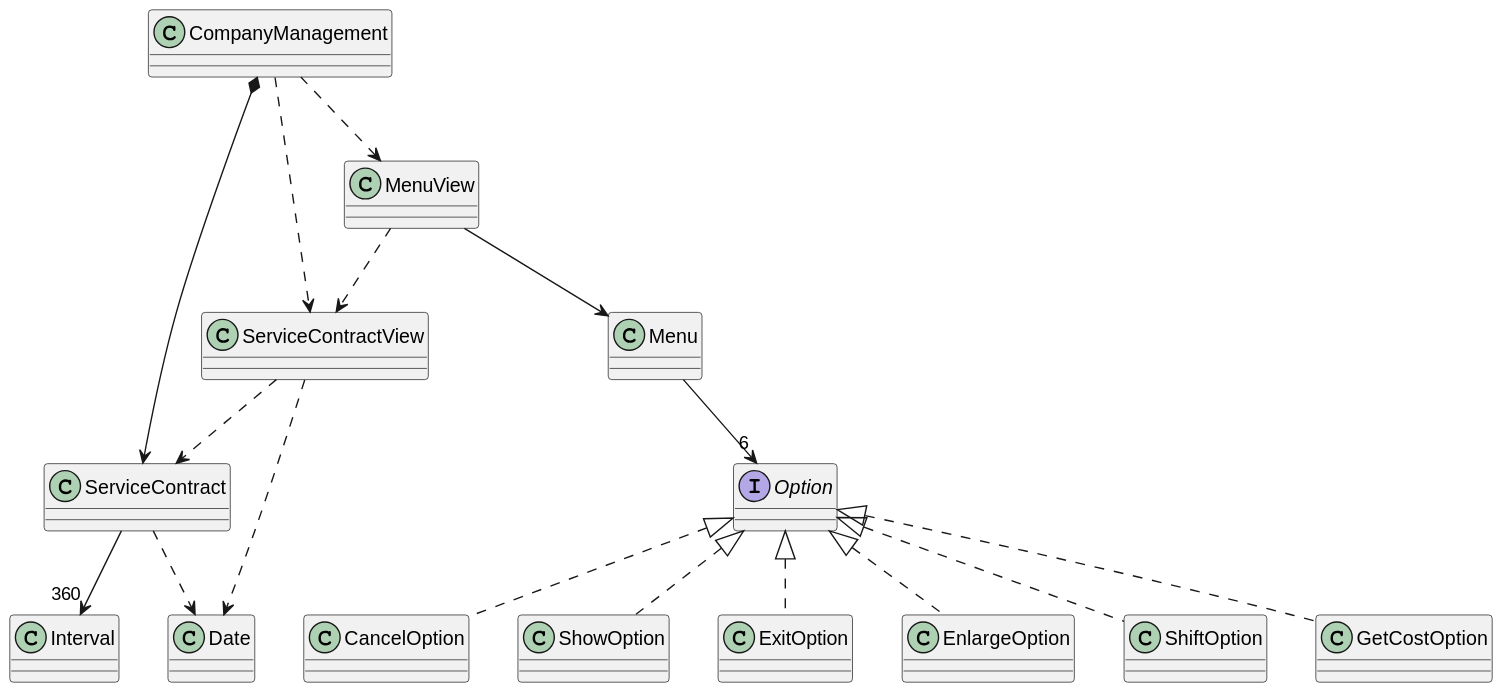
Earlier version of the PlantUML export tech-java-basadoObjetos/src/es/usantatecla/companyManagement/UML/ModeloClases.svg (USantaTecla-ed-mpds/lab-turing).
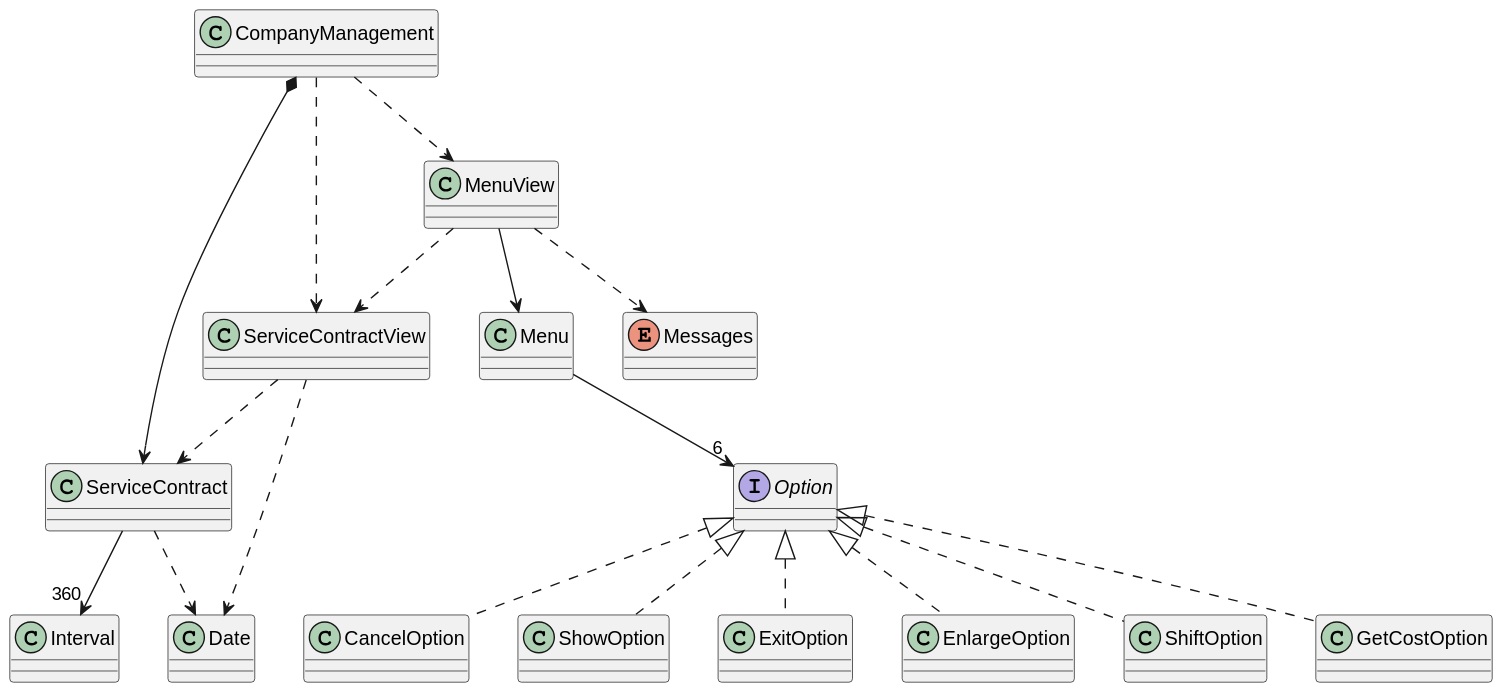
After the commit.

Commit message:
add enums Messages and Languaje in progress

What changed in the source:
```diff
@@ -13,6 +13,7 @@
 
 class Date
 class Interval
+enum Messages
 
 interface Option
 
@@ -28,6 +29,7 @@
 
 MenuView --> Menu
 MenuView ..> ServiceContractView
+MenuView ..> Messages
 
 Menu -->"6" Option
 
```
